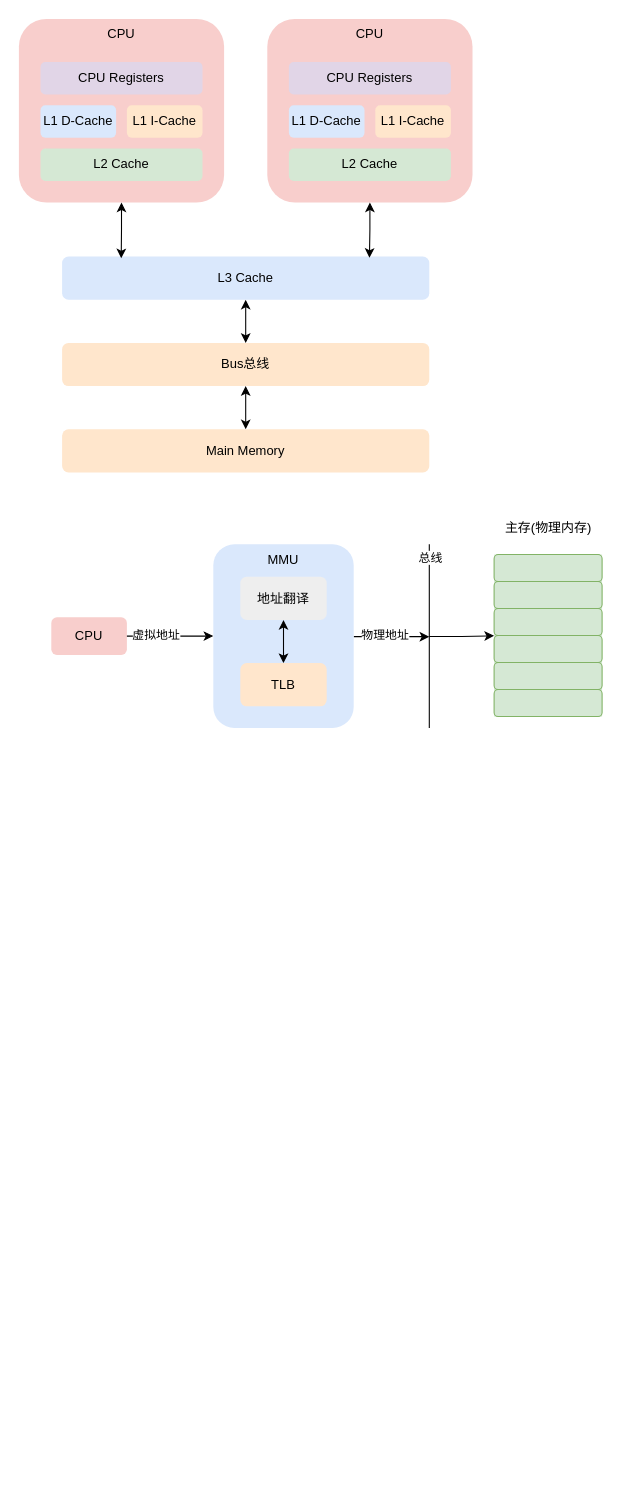
This is 技术总结.drawio from msb8080/my-diagrams, a draw.io file, before an edit. Source tidied: cells renumbered, new cells numbered last; positions are measured from the earlier drawing's top-left corner, leaving out a move shared by most shapes. Both pictures are drawn from the tidied source at 108%, with x=0, y=0 at pixel (18, 18).
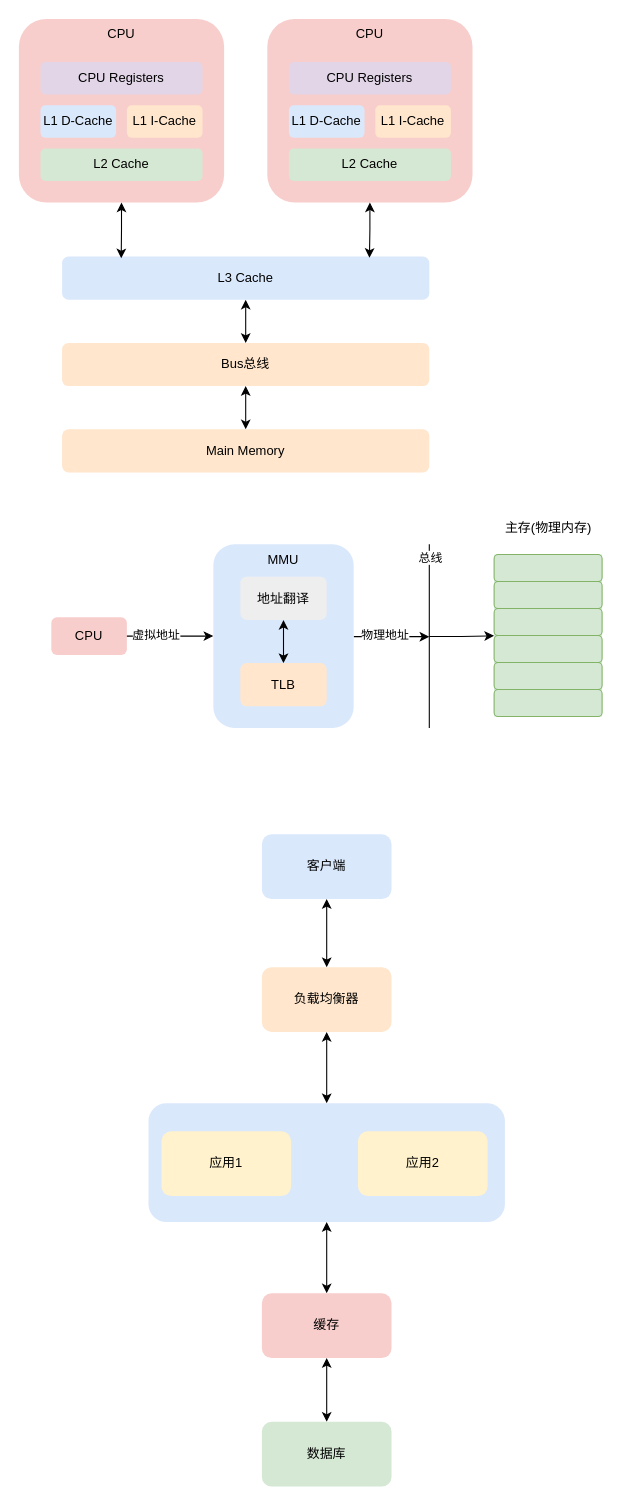
The same diagram, later.

Commit message:
更新技术总结.drawio

What changed in the source:
```diff
@@
+    <mxCell id="43" style="edgeStyle=orthogonalEdgeStyle;rounded=0;jettySize=auto;html=1;entryX=0.5;entryY=0;entryDx=0;entryDy=0;startArrow=classic;startFill=1;" parent="1" edge="1" source="44" target="52">
+      <mxGeometry relative="1" as="geometry" />
+    </mxCell>
+    <mxCell id="44" style="rounded=1;whiteSpace=wrap;html=1;fillColor=#dae8fc;strokeColor=none;" parent="1" vertex="1">
+      <mxGeometry x="120" y="1004" width="330" height="110" as="geometry" />
+    </mxCell>
@@
+    <mxCell id="45" style="edgeStyle=orthogonalEdgeStyle;rounded=0;jettySize=auto;html=1;entryX=0.5;entryY=0;entryDx=0;entryDy=0;startArrow=classic;startFill=1;" parent="1" edge="1" source="46" target="48">
+      <mxGeometry relative="1" as="geometry" />
+    </mxCell>
+    <mxCell id="46" value="客户端" style="rounded=1;whiteSpace=wrap;html=1;fillColor=#dae8fc;strokeColor=none;" parent="1" vertex="1">
+      <mxGeometry x="225" y="755" width="120" height="60" as="geometry" />
+    </mxCell>
+    <mxCell id="47" style="edgeStyle=orthogonalEdgeStyle;rounded=0;jettySize=auto;html=1;entryX=0.5;entryY=0;entryDx=0;entryDy=0;startArrow=classic;startFill=1;" parent="1" edge="1" source="48" target="44">
+      <mxGeometry relative="1" as="geometry" />
+    </mxCell>
+    <mxCell id="48" value="负载均衡器" style="rounded=1;whiteSpace=wrap;html=1;fillColor=#ffe6cc;strokeColor=none;" parent="1" vertex="1">
+      <mxGeometry x="225" y="878" width="120" height="60" as="geometry" />
+    </mxCell>
+    <mxCell id="49" value="应用1" style="rounded=1;whiteSpace=wrap;html=1;fillColor=#fff2cc;strokeColor=none;" parent="1" vertex="1">
+      <mxGeometry x="132" y="1030" width="120" height="60" as="geometry" />
+    </mxCell>
+    <mxCell id="50" value="应用2" style="rounded=1;whiteSpace=wrap;html=1;fillColor=#fff2cc;strokeColor=none;" parent="1" vertex="1">
+      <mxGeometry x="314" y="1030" width="120" height="60" as="geometry" />
+    </mxCell>
+    <mxCell id="51" style="edgeStyle=orthogonalEdgeStyle;rounded=0;jettySize=auto;html=1;startArrow=classic;startFill=1;" parent="1" edge="1" source="52" target="53">
+      <mxGeometry relative="1" as="geometry" />
+    </mxCell>
+    <mxCell id="52" value="缓存" style="rounded=1;whiteSpace=wrap;html=1;fillColor=#f8cecc;strokeColor=none;" parent="1" vertex="1">
+      <mxGeometry x="225" y="1180" width="120" height="60" as="geometry" />
+    </mxCell>
+    <mxCell id="53" value="数据库" style="rounded=1;whiteSpace=wrap;html=1;fillColor=#d5e8d4;strokeColor=none;" parent="1" vertex="1">
+      <mxGeometry x="225" y="1299" width="120" height="60" as="geometry" />
+    </mxCell>
```
